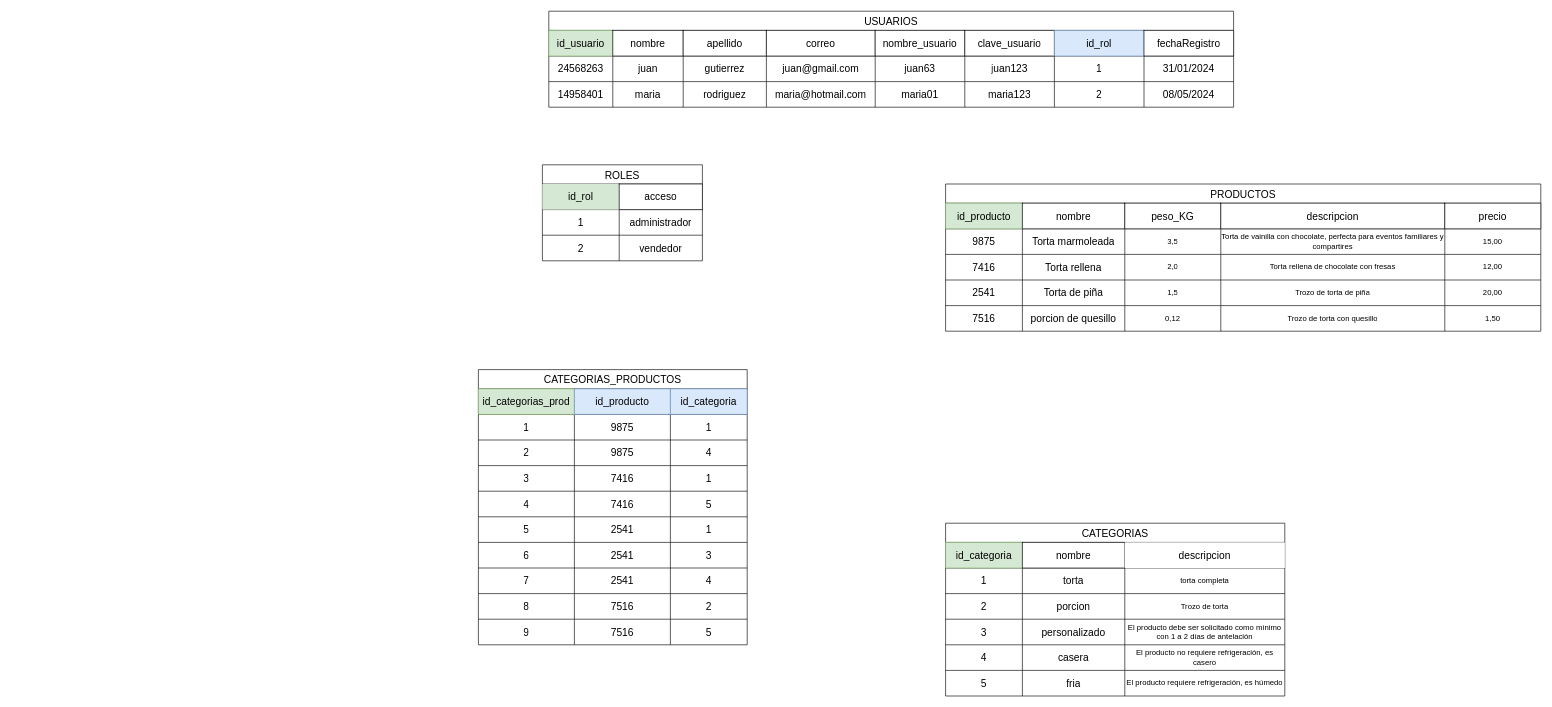
The draw.io diagram page "Base de Datos" (3 of 4) of TEG.drawio in AlbanyNVRodriguez/draw---diagrams, before the edit. Source tidied: cells renumbered, new cells numbered last; positions are measured from the earlier drawing's top-left corner, leaving out a move shared by most shapes. Both pictures are drawn from the tidied source at 64%, with x=0, y=0 at pixel (478, 11).
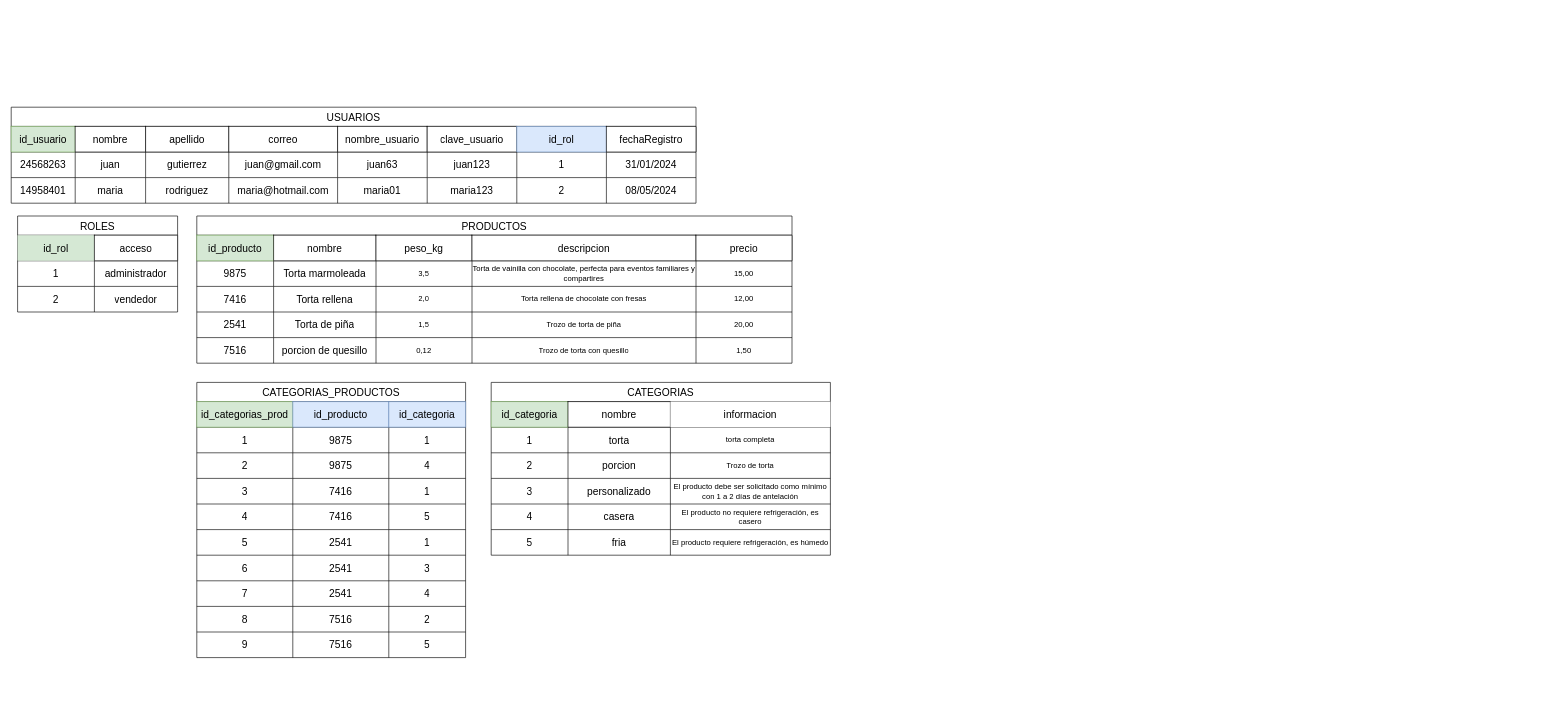
Above is the later version.

Unchanged cells that the change refers to:
```xml
<mxCell id="41" style="shape=tableRow;horizontal=0;startSize=0;swimlaneHead=0;swimlaneBody=0;strokeColor=inherit;top=0;left=0;bottom=0;right=0;fillColor=none;fontSize=16;" parent="40" vertex="1">
  <mxGeometry y="30" width="530" height="40" as="geometry" />
</mxCell>
<mxCell id="66" style="shape=tableRow;horizontal=0;startSize=0;swimlaneHead=0;swimlaneBody=0;strokeColor=inherit;top=0;left=0;bottom=0;right=0;fillColor=none;fontSize=16;" parent="65" vertex="1">
  <mxGeometry y="30" width="930" height="40" as="geometry" />
</mxCell>
```

What changed in the source:
```diff
@@
     <mxCell id="2" value="USUARIOS" style="shape=table;startSize=30;childLayout=tableLayout;strokeColor=default;fontSize=16;" parent="1" vertex="1">
-      <mxGeometry x="110" width="1070" height="150" as="geometry" />
+      <mxGeometry x="-730" y="150" width="1070" height="150" as="geometry" />
     </mxCell>
@@
     <mxCell id="30" value="ROLES" style="shape=table;startSize=30;childLayout=tableLayout;strokeColor=default;fontSize=16;" parent="1" vertex="1">
-      <mxGeometry x="100" y="240" width="250" height="150" as="geometry" />
+      <mxGeometry x="-720" y="320" width="250" height="150" as="geometry" />
     </mxCell>
@@
     <mxCell id="40" value="CATEGORIAS" style="shape=table;startSize=30;childLayout=tableLayout;strokeColor=default;fontSize=16;" parent="1" vertex="1">
-      <mxGeometry x="730" y="800" width="530" height="270" as="geometry" />
+      <mxGeometry x="20" y="580" width="530" height="270" as="geometry" />
     </mxCell>
@@
-    <mxCell id="44" value="descripcion" style="shape=partialRectangle;html=1;whiteSpace=wrap;overflow=hidden;top=0;left=0;bottom=0;right=0;fontSize=16;" parent="41" vertex="1">
+    <mxCell id="44" value="informacion" style="shape=partialRectangle;html=1;whiteSpace=wrap;overflow=hidden;top=0;left=0;bottom=0;right=0;fontSize=16;" parent="41" vertex="1">
       <mxGeometry x="280" width="250" height="40" as="geometry" />
     </mxCell>
@@
     <mxCell id="65" value="PRODUCTOS" style="shape=table;startSize=30;childLayout=tableLayout;strokeColor=default;fontSize=16;" parent="1" vertex="1">
-      <mxGeometry x="730" y="270" width="930" height="230" as="geometry" />
+      <mxGeometry x="-440" y="320" width="930" height="230" as="geometry" />
     </mxCell>
@@
-    <mxCell id="69" value="peso_KG" style="shape=partialRectangle;html=1;whiteSpace=wrap;overflow=hidden;top=1;left=1;bottom=1;right=1;fontSize=16;" parent="66" vertex="1">
+    <mxCell id="69" value="peso_kg" style="shape=partialRectangle;html=1;whiteSpace=wrap;overflow=hidden;top=1;left=1;bottom=1;right=1;fontSize=16;" parent="66" vertex="1">
       <mxGeometry x="280" width="150" height="40" as="geometry" />
     </mxCell>
@@
     <mxCell id="96" value="CATEGORIAS_PRODUCTOS" style="shape=table;startSize=30;childLayout=tableLayout;strokeColor=default;fontSize=16;" parent="1" vertex="1">
-      <mxGeometry y="560" width="420" height="430" as="geometry" />
+      <mxGeometry x="-440" y="580" width="420" height="430" as="geometry" />
     </mxCell>
```
